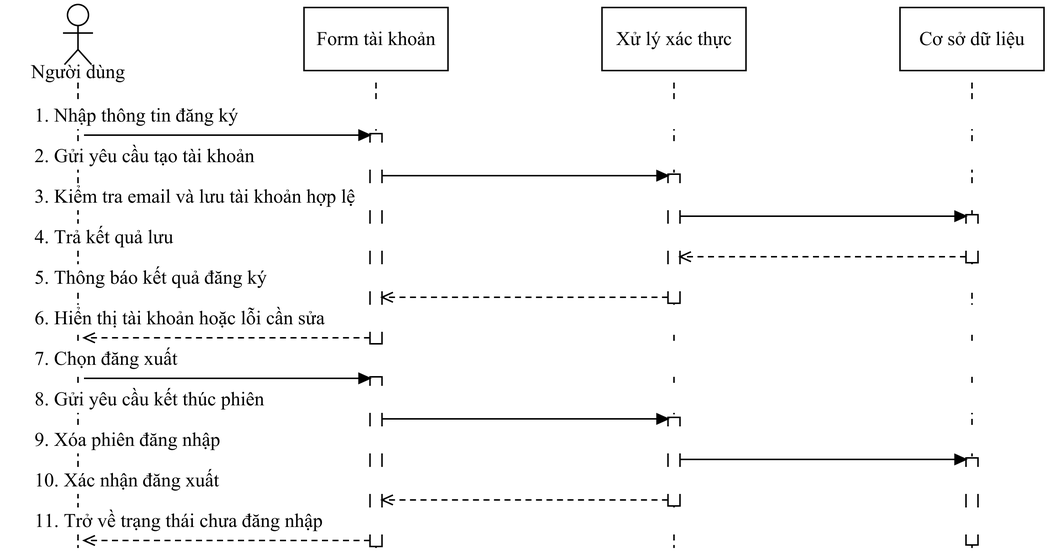
The draw.io diagram docs/do-an-LSOUL/So-do-LSOUL-rut-gon/anh-png/SEQ-02.png in Loccao102/BanHang, before a commit. Source tidied: cells renumbered, new cells last; positions are measured from the earlier drawing's top-left corner, leaving out a move shared by most shapes.
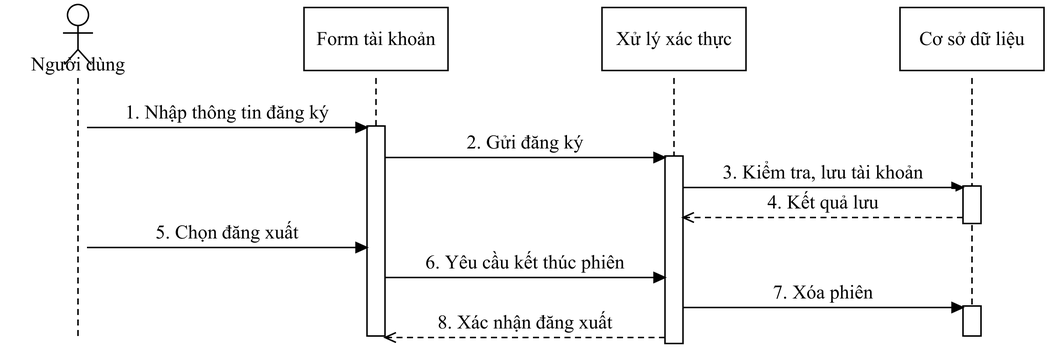
The same file after the commit.

What changed in the source:
```diff
@@ -6,4 +6,4 @@
       <mxGeometry relative="1" as="geometry">
-        <mxPoint x="48" y="52" as="sourcePoint" />
-        <mxPoint x="48" y="362" as="targetPoint" />
+        <mxPoint x="48" y="49" as="sourcePoint" />
+        <mxPoint x="48" y="223" as="targetPoint" />
       </mxGeometry>
@@ -12,4 +12,4 @@
       <mxGeometry relative="1" as="geometry">
-        <mxPoint x="246.7" y="52" as="sourcePoint" />
-        <mxPoint x="246.7" y="362" as="targetPoint" />
+        <mxPoint x="246.7" y="49" as="sourcePoint" />
+        <mxPoint x="246.7" y="223" as="targetPoint" />
       </mxGeometry>
@@ -18,4 +18,4 @@
       <mxGeometry relative="1" as="geometry">
-        <mxPoint x="445.3" y="52" as="sourcePoint" />
-        <mxPoint x="445.3" y="362" as="targetPoint" />
+        <mxPoint x="445.3" y="49" as="sourcePoint" />
+        <mxPoint x="445.3" y="223" as="targetPoint" />
       </mxGeometry>
@@ -24,4 +24,4 @@
       <mxGeometry relative="1" as="geometry">
-        <mxPoint x="644" y="52" as="sourcePoint" />
-        <mxPoint x="644" y="362" as="targetPoint" />
+        <mxPoint x="644" y="49" as="sourcePoint" />
+        <mxPoint x="644" y="223" as="targetPoint" />
       </mxGeometry>
@@ -29,21 +29,24 @@
     <mxCell id="6" style="fontFamily=Times New Roman;fontSize=13;fontColor=#000000;strokeColor=#000000;strokeWidth=1;fillColor=#FFFFFF;shadow=0;rounded=0;html=0;whiteSpace=wrap;spacing=5;align=center;verticalAlign=middle;" parent="1" vertex="1">
-      <mxGeometry x="640" y="140" width="8" height="32" as="geometry" />
+      <mxGeometry x="638" y="121" width="12" height="25" as="geometry" />
     </mxCell>
     <mxCell id="7" style="fontFamily=Times New Roman;fontSize=13;fontColor=#000000;strokeColor=#000000;strokeWidth=1;fillColor=#FFFFFF;shadow=0;rounded=0;html=0;whiteSpace=wrap;spacing=5;align=center;verticalAlign=middle;" parent="1" vertex="1">
-      <mxGeometry x="441.3" y="113" width="8" height="86" as="geometry" />
+      <mxGeometry x="439.3" y="101" width="12" height="125" as="geometry" />
     </mxCell>
     <mxCell id="8" style="fontFamily=Times New Roman;fontSize=13;fontColor=#000000;strokeColor=#000000;strokeWidth=1;fillColor=#FFFFFF;shadow=0;rounded=0;html=0;whiteSpace=wrap;spacing=5;align=center;verticalAlign=middle;" parent="1" vertex="1">
-      <mxGeometry x="242.7" y="86" width="8" height="140" as="geometry" />
+      <mxGeometry x="240.7" y="81" width="12" height="140" as="geometry" />
     </mxCell>
     <mxCell id="9" style="fontFamily=Times New Roman;fontSize=13;fontColor=#000000;strokeColor=#000000;strokeWidth=1;fillColor=#FFFFFF;shadow=0;rounded=0;html=0;whiteSpace=wrap;spacing=5;align=center;verticalAlign=middle;" parent="1" vertex="1">
-      <mxGeometry x="441.3" y="275" width="8" height="59" as="geometry" />
+      <mxGeometry x="638" y="201" width="12" height="20" as="geometry" />
     </mxCell>
-    <mxCell id="10" style="fontFamily=Times New Roman;fontSize=13;fontColor=#000000;strokeColor=#000000;strokeWidth=1;fillColor=#FFFFFF;shadow=0;rounded=0;html=0;whiteSpace=wrap;spacing=5;align=center;verticalAlign=middle;" parent="1" vertex="1">
-      <mxGeometry x="242.7" y="248" width="8" height="113" as="geometry" />
+    <mxCell id="10" value="1. Nhập thông tin đăng ký" style="fontFamily=Times New Roman;fontSize=13;fontColor=#000000;strokeColor=#000000;strokeWidth=1;fillColor=#FFFFFF;shadow=0;rounded=0;html=0;whiteSpace=wrap;spacing=5;text;strokeColor=none;fillColor=none;align=center;verticalAlign=middle;fillColor=#FFFFFF;" parent="1" vertex="1">
+      <mxGeometry x="59" y="63" width="176.7" height="18" as="geometry" />
     </mxCell>
-    <mxCell id="11" style="fontFamily=Times New Roman;fontSize=13;fontColor=#000000;strokeColor=#000000;strokeWidth=1;fillColor=#FFFFFF;shadow=0;rounded=0;html=0;whiteSpace=wrap;spacing=5;align=center;verticalAlign=middle;" parent="1" vertex="1">
-      <mxGeometry x="640" y="302" width="8" height="58" as="geometry" />
+    <mxCell id="11" style="fontFamily=Times New Roman;fontSize=13;fontColor=#000000;strokeColor=#000000;strokeWidth=1;fillColor=#FFFFFF;shadow=0;rounded=0;html=0;whiteSpace=wrap;spacing=5;endArrow=block;endFill=1;startArrow=none;" parent="1" edge="1">
+      <mxGeometry relative="1" as="geometry">
+        <mxPoint x="54" y="82" as="sourcePoint" />
+        <mxPoint x="240.7" y="82" as="targetPoint" />
+      </mxGeometry>
     </mxCell>
-    <mxCell id="12" value="1. Nhập thông tin đăng ký" style="fontFamily=Times New Roman;fontSize=13;fontColor=#000000;strokeColor=#000000;strokeWidth=1;fillColor=#FFFFFF;shadow=0;rounded=0;html=0;whiteSpace=wrap;spacing=5;text;strokeColor=none;fillColor=none;align=left;verticalAlign=middle;fillColor=#FFFFFF;" parent="1" vertex="1">
-      <mxGeometry x="14" y="65" width="664" height="18" as="geometry" />
+    <mxCell id="12" value="2. Gửi đăng ký" style="fontFamily=Times New Roman;fontSize=13;fontColor=#000000;strokeColor=#000000;strokeWidth=1;fillColor=#FFFFFF;shadow=0;rounded=0;html=0;whiteSpace=wrap;spacing=5;text;strokeColor=none;fillColor=none;align=center;verticalAlign=middle;fillColor=#FFFFFF;" parent="1" vertex="1">
+      <mxGeometry x="257.7" y="83" width="176.7" height="18" as="geometry" />
     </mxCell>
@@ -51,8 +54,8 @@
       <mxGeometry relative="1" as="geometry">
-        <mxPoint x="52" y="87" as="sourcePoint" />
-        <mxPoint x="242.7" y="87" as="targetPoint" />
+        <mxPoint x="252.7" y="102" as="sourcePoint" />
+        <mxPoint x="439.3" y="102" as="targetPoint" />
       </mxGeometry>
     </mxCell>
-    <mxCell id="14" value="2. Gửi yêu cầu tạo tài khoản" style="fontFamily=Times New Roman;fontSize=13;fontColor=#000000;strokeColor=#000000;strokeWidth=1;fillColor=#FFFFFF;shadow=0;rounded=0;html=0;whiteSpace=wrap;spacing=5;text;strokeColor=none;fillColor=none;align=left;verticalAlign=middle;fillColor=#FFFFFF;" parent="1" vertex="1">
-      <mxGeometry x="14" y="92" width="664" height="18" as="geometry" />
+    <mxCell id="14" value="3. Kiểm tra, lưu tài khoản" style="fontFamily=Times New Roman;fontSize=13;fontColor=#000000;strokeColor=#000000;strokeWidth=1;fillColor=#FFFFFF;shadow=0;rounded=0;html=0;whiteSpace=wrap;spacing=5;text;strokeColor=none;fillColor=none;align=center;verticalAlign=middle;fillColor=#FFFFFF;" parent="1" vertex="1">
+      <mxGeometry x="456.3" y="103" width="176.7" height="18" as="geometry" />
     </mxCell>
@@ -60,117 +63,81 @@
       <mxGeometry relative="1" as="geometry">
-        <mxPoint x="250.7" y="114" as="sourcePoint" />
-        <mxPoint x="441.3" y="114" as="targetPoint" />
+        <mxPoint x="451.3" y="122" as="sourcePoint" />
+        <mxPoint x="638" y="122" as="targetPoint" />
       </mxGeometry>
     </mxCell>
-    <mxCell id="16" value="3. Kiểm tra email và lưu tài khoản hợp lệ" style="fontFamily=Times New Roman;fontSize=13;fontColor=#000000;strokeColor=#000000;strokeWidth=1;fillColor=#FFFFFF;shadow=0;rounded=0;html=0;whiteSpace=wrap;spacing=5;text;strokeColor=none;fillColor=none;align=left;verticalAlign=middle;fillColor=#FFFFFF;" parent="1" vertex="1">
-      <mxGeometry x="14" y="119" width="664" height="18" as="geometry" />
+    <mxCell id="16" value="4. Kết quả lưu" style="fontFamily=Times New Roman;fontSize=13;fontColor=#000000;strokeColor=#000000;strokeWidth=1;fillColor=#FFFFFF;shadow=0;rounded=0;html=0;whiteSpace=wrap;spacing=5;text;strokeColor=none;fillColor=none;align=center;verticalAlign=middle;fillColor=#FFFFFF;" parent="1" vertex="1">
+      <mxGeometry x="456.3" y="123" width="176.7" height="18" as="geometry" />
     </mxCell>
-    <mxCell id="17" style="fontFamily=Times New Roman;fontSize=13;fontColor=#000000;strokeColor=#000000;strokeWidth=1;fillColor=#FFFFFF;shadow=0;rounded=0;html=0;whiteSpace=wrap;spacing=5;endArrow=block;endFill=1;startArrow=none;" parent="1" edge="1">
+    <mxCell id="17" style="fontFamily=Times New Roman;fontSize=13;fontColor=#000000;strokeColor=#000000;strokeWidth=1;fillColor=#FFFFFF;shadow=0;rounded=0;html=0;whiteSpace=wrap;spacing=5;endArrow=open;endFill=1;startArrow=none;dashed=1;dashPattern=4 3;" parent="1" edge="1">
       <mxGeometry relative="1" as="geometry">
-        <mxPoint x="449.3" y="141" as="sourcePoint" />
-        <mxPoint x="640" y="141" as="targetPoint" />
+        <mxPoint x="638" y="142" as="sourcePoint" />
+        <mxPoint x="451.3" y="142" as="targetPoint" />
       </mxGeometry>
     </mxCell>
-    <mxCell id="18" value="4. Trả kết quả lưu" style="fontFamily=Times New Roman;fontSize=13;fontColor=#000000;strokeColor=#000000;strokeWidth=1;fillColor=#FFFFFF;shadow=0;rounded=0;html=0;whiteSpace=wrap;spacing=5;text;strokeColor=none;fillColor=none;align=left;verticalAlign=middle;fillColor=#FFFFFF;" parent="1" vertex="1">
-      <mxGeometry x="14" y="146" width="664" height="18" as="geometry" />
+    <mxCell id="18" value="5. Chọn đăng xuất" style="fontFamily=Times New Roman;fontSize=13;fontColor=#000000;strokeColor=#000000;strokeWidth=1;fillColor=#FFFFFF;shadow=0;rounded=0;html=0;whiteSpace=wrap;spacing=5;text;strokeColor=none;fillColor=none;align=center;verticalAlign=middle;fillColor=#FFFFFF;" parent="1" vertex="1">
+      <mxGeometry x="59" y="143" width="176.7" height="18" as="geometry" />
     </mxCell>
-    <mxCell id="19" style="fontFamily=Times New Roman;fontSize=13;fontColor=#000000;strokeColor=#000000;strokeWidth=1;fillColor=#FFFFFF;shadow=0;rounded=0;html=0;whiteSpace=wrap;spacing=5;endArrow=open;endFill=1;startArrow=none;dashed=1;dashPattern=4 3;" parent="1" edge="1">
+    <mxCell id="19" style="fontFamily=Times New Roman;fontSize=13;fontColor=#000000;strokeColor=#000000;strokeWidth=1;fillColor=#FFFFFF;shadow=0;rounded=0;html=0;whiteSpace=wrap;spacing=5;endArrow=block;endFill=1;startArrow=none;" parent="1" edge="1">
       <mxGeometry relative="1" as="geometry">
-        <mxPoint x="640" y="168" as="sourcePoint" />
-        <mxPoint x="449.3" y="168" as="targetPoint" />
+        <mxPoint x="54" y="162" as="sourcePoint" />
+        <mxPoint x="240.7" y="162" as="targetPoint" />
       </mxGeometry>
     </mxCell>
-    <mxCell id="20" value="5. Thông báo kết quả đăng ký" style="fontFamily=Times New Roman;fontSize=13;fontColor=#000000;strokeColor=#000000;strokeWidth=1;fillColor=#FFFFFF;shadow=0;rounded=0;html=0;whiteSpace=wrap;spacing=5;text;strokeColor=none;fillColor=none;align=left;verticalAlign=middle;fillColor=#FFFFFF;" parent="1" vertex="1">
-      <mxGeometry x="14" y="173" width="664" height="18" as="geometry" />
+    <mxCell id="20" value="6. Yêu cầu kết thúc phiên" style="fontFamily=Times New Roman;fontSize=13;fontColor=#000000;strokeColor=#000000;strokeWidth=1;fillColor=#FFFFFF;shadow=0;rounded=0;html=0;whiteSpace=wrap;spacing=5;text;strokeColor=none;fillColor=none;align=center;verticalAlign=middle;fillColor=#FFFFFF;" parent="1" vertex="1">
+      <mxGeometry x="257.7" y="163" width="176.7" height="18" as="geometry" />
     </mxCell>
-    <mxCell id="21" style="fontFamily=Times New Roman;fontSize=13;fontColor=#000000;strokeColor=#000000;strokeWidth=1;fillColor=#FFFFFF;shadow=0;rounded=0;html=0;whiteSpace=wrap;spacing=5;endArrow=open;endFill=1;startArrow=none;dashed=1;dashPattern=4 3;" parent="1" edge="1">
+    <mxCell id="21" style="fontFamily=Times New Roman;fontSize=13;fontColor=#000000;strokeColor=#000000;strokeWidth=1;fillColor=#FFFFFF;shadow=0;rounded=0;html=0;whiteSpace=wrap;spacing=5;endArrow=block;endFill=1;startArrow=none;" parent="1" edge="1">
       <mxGeometry relative="1" as="geometry">
-        <mxPoint x="441.3" y="195" as="sourcePoint" />
-        <mxPoint x="250.7" y="195" as="targetPoint" />
+        <mxPoint x="252.7" y="182" as="sourcePoint" />
+        <mxPoint x="439.3" y="182" as="targetPoint" />
       </mxGeometry>
     </mxCell>
-    <mxCell id="22" value="6. Hiển thị tài khoản hoặc lỗi cần sửa" style="fontFamily=Times New Roman;fontSize=13;fontColor=#000000;strokeColor=#000000;strokeWidth=1;fillColor=#FFFFFF;shadow=0;rounded=0;html=0;whiteSpace=wrap;spacing=5;text;strokeColor=none;fillColor=none;align=left;verticalAlign=middle;fillColor=#FFFFFF;" parent="1" vertex="1">
-      <mxGeometry x="14" y="200" width="664" height="18" as="geometry" />
+    <mxCell id="22" value="7. Xóa phiên" style="fontFamily=Times New Roman;fontSize=13;fontColor=#000000;strokeColor=#000000;strokeWidth=1;fillColor=#FFFFFF;shadow=0;rounded=0;html=0;whiteSpace=wrap;spacing=5;text;strokeColor=none;fillColor=none;align=center;verticalAlign=middle;fillColor=#FFFFFF;" parent="1" vertex="1">
+      <mxGeometry x="456.3" y="183" width="176.7" height="18" as="geometry" />
     </mxCell>
-    <mxCell id="23" style="fontFamily=Times New Roman;fontSize=13;fontColor=#000000;strokeColor=#000000;strokeWidth=1;fillColor=#FFFFFF;shadow=0;rounded=0;html=0;whiteSpace=wrap;spacing=5;endArrow=open;endFill=1;startArrow=none;dashed=1;dashPattern=4 3;" parent="1" edge="1">
+    <mxCell id="23" style="fontFamily=Times New Roman;fontSize=13;fontColor=#000000;strokeColor=#000000;strokeWidth=1;fillColor=#FFFFFF;shadow=0;rounded=0;html=0;whiteSpace=wrap;spacing=5;endArrow=block;endFill=1;startArrow=none;" parent="1" edge="1">
       <mxGeometry relative="1" as="geometry">
-        <mxPoint x="242.7" y="222" as="sourcePoint" />
-        <mxPoint x="52" y="222" as="targetPoint" />
+        <mxPoint x="451.3" y="202" as="sourcePoint" />
+        <mxPoint x="638" y="202" as="targetPoint" />
       </mxGeometry>
     </mxCell>
-    <mxCell id="24" value="7. Chọn đăng xuất" style="fontFamily=Times New Roman;fontSize=13;fontColor=#000000;strokeColor=#000000;strokeWidth=1;fillColor=#FFFFFF;shadow=0;rounded=0;html=0;whiteSpace=wrap;spacing=5;text;strokeColor=none;fillColor=none;align=left;verticalAlign=middle;fillColor=#FFFFFF;" parent="1" vertex="1">
-      <mxGeometry x="14" y="227" width="664" height="18" as="geometry" />
+    <mxCell id="24" value="8. Xác nhận đăng xuất" style="fontFamily=Times New Roman;fontSize=13;fontColor=#000000;strokeColor=#000000;strokeWidth=1;fillColor=#FFFFFF;shadow=0;rounded=0;html=0;whiteSpace=wrap;spacing=5;text;strokeColor=none;fillColor=none;align=center;verticalAlign=middle;fillColor=#FFFFFF;" parent="1" vertex="1">
+      <mxGeometry x="257.7" y="203" width="176.7" height="18" as="geometry" />
     </mxCell>
-    <mxCell id="25" style="fontFamily=Times New Roman;fontSize=13;fontColor=#000000;strokeColor=#000000;strokeWidth=1;fillColor=#FFFFFF;shadow=0;rounded=0;html=0;whiteSpace=wrap;spacing=5;endArrow=block;endFill=1;startArrow=none;" parent="1" edge="1">
+    <mxCell id="25" style="fontFamily=Times New Roman;fontSize=13;fontColor=#000000;strokeColor=#000000;strokeWidth=1;fillColor=#FFFFFF;shadow=0;rounded=0;html=0;whiteSpace=wrap;spacing=5;endArrow=open;endFill=1;startArrow=none;dashed=1;dashPattern=4 3;" parent="1" edge="1">
       <mxGeometry relative="1" as="geometry">
-        <mxPoint x="52" y="249" as="sourcePoint" />
-        <mxPoint x="242.7" y="249" as="targetPoint" />
+        <mxPoint x="439.3" y="222" as="sourcePoint" />
+        <mxPoint x="252.7" y="222" as="targetPoint" />
       </mxGeometry>
     </mxCell>
-    <mxCell id="26" value="8. Gửi yêu cầu kết thúc phiên" style="fontFamily=Times New Roman;fontSize=13;fontColor=#000000;strokeColor=#000000;strokeWidth=1;fillColor=#FFFFFF;shadow=0;rounded=0;html=0;whiteSpace=wrap;spacing=5;text;strokeColor=none;fillColor=none;align=left;verticalAlign=middle;fillColor=#FFFFFF;" parent="1" vertex="1">
-      <mxGeometry x="14" y="254" width="664" height="18" as="geometry" />
+    <mxCell id="26" style="fontFamily=Times New Roman;fontSize=13;fontColor=#000000;strokeColor=#000000;strokeWidth=1;fillColor=#FFFFFF;shadow=0;rounded=0;html=0;whiteSpace=wrap;spacing=5;ellipse;perimeter=ellipsePerimeter;align=center;verticalAlign=middle;" parent="1" vertex="1">
+      <mxGeometry x="41" width="14" height="14" as="geometry" />
     </mxCell>
-    <mxCell id="27" style="fontFamily=Times New Roman;fontSize=13;fontColor=#000000;strokeColor=#000000;strokeWidth=1;fillColor=#FFFFFF;shadow=0;rounded=0;html=0;whiteSpace=wrap;spacing=5;endArrow=block;endFill=1;startArrow=none;" parent="1" edge="1">
+    <mxCell id="27" style="fontFamily=Times New Roman;fontSize=13;fontColor=#000000;strokeColor=#000000;strokeWidth=1;fillColor=#FFFFFF;shadow=0;rounded=0;html=0;whiteSpace=wrap;spacing=5;endArrow=none;endFill=1;startArrow=none;" parent="1" edge="1">
       <mxGeometry relative="1" as="geometry">
-        <mxPoint x="250.7" y="276" as="sourcePoint" />
-        <mxPoint x="441.3" y="276" as="targetPoint" />
+        <mxPoint x="48" y="14" as="sourcePoint" />
+        <mxPoint x="48" y="30" as="targetPoint" />
       </mxGeometry>
     </mxCell>
-    <mxCell id="28" value="9. Xóa phiên đăng nhập" style="fontFamily=Times New Roman;fontSize=13;fontColor=#000000;strokeColor=#000000;strokeWidth=1;fillColor=#FFFFFF;shadow=0;rounded=0;html=0;whiteSpace=wrap;spacing=5;text;strokeColor=none;fillColor=none;align=left;verticalAlign=middle;fillColor=#FFFFFF;" parent="1" vertex="1">
-      <mxGeometry x="14" y="281" width="664" height="18" as="geometry" />
+    <mxCell id="28" style="fontFamily=Times New Roman;fontSize=13;fontColor=#000000;strokeColor=#000000;strokeWidth=1;fillColor=#FFFFFF;shadow=0;rounded=0;html=0;whiteSpace=wrap;spacing=5;endArrow=none;endFill=1;startArrow=none;" parent="1" edge="1">
+      <mxGeometry relative="1" as="geometry">
+        <mxPoint x="38" y="19" as="sourcePoint" />
+        <mxPoint x="58" y="19" as="targetPoint" />
+      </mxGeometry>
     </mxCell>
-    <mxCell id="29" style="fontFamily=Times New Roman;fontSize=13;fontColor=#000000;strokeColor=#000000;strokeWidth=1;fillColor=#FFFFFF;shadow=0;rounded=0;html=0;whiteSpace=wrap;spacing=5;endArrow=block;endFill=1;startArrow=none;" parent="1" edge="1">
+    <mxCell id="29" style="fontFamily=Times New Roman;fontSize=13;fontColor=#000000;strokeColor=#000000;strokeWidth=1;fillColor=#FFFFFF;shadow=0;rounded=0;html=0;whiteSpace=wrap;spacing=5;endArrow=none;endFill=1;startArrow=none;" parent="1" edge="1">
       <mxGeometry relative="1" as="geometry">
-        <mxPoint x="449.3" y="303" as="sourcePoint" />
-        <mxPoint x="640" y="303" as="targetPoint" />
+        <mxPoint x="48" y="30" as="sourcePoint" />
+        <mxPoint x="39" y="40" as="targetPoint" />
       </mxGeometry>
     </mxCell>
-    <mxCell id="30" value="10. Xác nhận đăng xuất" style="fontFamily=Times New Roman;fontSize=13;fontColor=#000000;strokeColor=#000000;strokeWidth=1;fillColor=#FFFFFF;shadow=0;rounded=0;html=0;whiteSpace=wrap;spacing=5;text;strokeColor=none;fillColor=none;align=left;verticalAlign=middle;fillColor=#FFFFFF;" parent="1" vertex="1">
-      <mxGeometry x="14" y="308" width="664" height="18" as="geometry" />
+    <mxCell id="30" style="fontFamily=Times New Roman;fontSize=13;fontColor=#000000;strokeColor=#000000;strokeWidth=1;fillColor=#FFFFFF;shadow=0;rounded=0;html=0;whiteSpace=wrap;spacing=5;endArrow=none;endFill=1;startArrow=none;" parent="1" edge="1">
+      <mxGeometry relative="1" as="geometry">
+        <mxPoint x="48" y="30" as="sourcePoint" />
+        <mxPoint x="57" y="40" as="targetPoint" />
+      </mxGeometry>
     </mxCell>
-    <mxCell id="31" style="fontFamily=Times New Roman;fontSize=13;fontColor=#000000;strokeColor=#000000;strokeWidth=1;fillColor=#FFFFFF;shadow=0;rounded=0;html=0;whiteSpace=wrap;spacing=5;endArrow=open;endFill=1;startArrow=none;dashed=1;dashPattern=4 3;" parent="1" edge="1">
-      <mxGeometry relative="1" as="geometry">
-        <mxPoint x="441.3" y="330" as="sourcePoint" />
-        <mxPoint x="250.7" y="330" as="targetPoint" />
-      </mxGeometry>
+    <mxCell id="31" value="Người dùng" style="fontFamily=Times New Roman;fontSize=13;fontColor=#000000;strokeColor=#000000;strokeWidth=1;fillColor=#FFFFFF;shadow=0;rounded=0;html=0;whiteSpace=wrap;spacing=5;text;strokeColor=none;fillColor=none;align=center;verticalAlign=middle;" parent="1" vertex="1">
+      <mxGeometry y="32" width="96" height="16" as="geometry" />
     </mxCell>
-    <mxCell id="32" value="11. Trở về trạng thái chưa đăng nhập" style="fontFamily=Times New Roman;fontSize=13;fontColor=#000000;strokeColor=#000000;strokeWidth=1;fillColor=#FFFFFF;shadow=0;rounded=0;html=0;whiteSpace=wrap;spacing=5;text;strokeColor=none;fillColor=none;align=left;verticalAlign=middle;fillColor=#FFFFFF;" parent="1" vertex="1">
-      <mxGeometry x="14" y="335" width="664" height="18" as="geometry" />
-    </mxCell>
-    <mxCell id="33" style="fontFamily=Times New Roman;fontSize=13;fontColor=#000000;strokeColor=#000000;strokeWidth=1;fillColor=#FFFFFF;shadow=0;rounded=0;html=0;whiteSpace=wrap;spacing=5;endArrow=open;endFill=1;startArrow=none;dashed=1;dashPattern=4 3;" parent="1" edge="1">
-      <mxGeometry relative="1" as="geometry">
-        <mxPoint x="242.7" y="357" as="sourcePoint" />
-        <mxPoint x="52" y="357" as="targetPoint" />
-      </mxGeometry>
-    </mxCell>
-    <mxCell id="34" style="fontFamily=Times New Roman;fontSize=13;fontColor=#000000;strokeColor=#000000;strokeWidth=1;fillColor=#FFFFFF;shadow=0;rounded=0;html=0;whiteSpace=wrap;spacing=5;ellipse;perimeter=ellipsePerimeter;align=center;verticalAlign=middle;" parent="1" vertex="1">
-      <mxGeometry x="41" width="14" height="14" as="geometry" />
-    </mxCell>
-    <mxCell id="35" style="fontFamily=Times New Roman;fontSize=13;fontColor=#000000;strokeColor=#000000;strokeWidth=1;fillColor=#FFFFFF;shadow=0;rounded=0;html=0;whiteSpace=wrap;spacing=5;endArrow=none;endFill=1;startArrow=none;" parent="1" edge="1">
-      <mxGeometry relative="1" as="geometry">
-        <mxPoint x="48" y="14" as="sourcePoint" />
-        <mxPoint x="48" y="30" as="targetPoint" />
-      </mxGeometry>
-    </mxCell>
-    <mxCell id="36" style="fontFamily=Times New Roman;fontSize=13;fontColor=#000000;strokeColor=#000000;strokeWidth=1;fillColor=#FFFFFF;shadow=0;rounded=0;html=0;whiteSpace=wrap;spacing=5;endArrow=none;endFill=1;startArrow=none;" parent="1" edge="1">
-      <mxGeometry relative="1" as="geometry">
-        <mxPoint x="38" y="19" as="sourcePoint" />
-        <mxPoint x="58" y="19" as="targetPoint" />
-      </mxGeometry>
-    </mxCell>
-    <mxCell id="37" style="fontFamily=Times New Roman;fontSize=13;fontColor=#000000;strokeColor=#000000;strokeWidth=1;fillColor=#FFFFFF;shadow=0;rounded=0;html=0;whiteSpace=wrap;spacing=5;endArrow=none;endFill=1;startArrow=none;" parent="1" edge="1">
-      <mxGeometry relative="1" as="geometry">
-        <mxPoint x="48" y="30" as="sourcePoint" />
-        <mxPoint x="39" y="40" as="targetPoint" />
-      </mxGeometry>
-    </mxCell>
-    <mxCell id="38" style="fontFamily=Times New Roman;fontSize=13;fontColor=#000000;strokeColor=#000000;strokeWidth=1;fillColor=#FFFFFF;shadow=0;rounded=0;html=0;whiteSpace=wrap;spacing=5;endArrow=none;endFill=1;startArrow=none;" parent="1" edge="1">
-      <mxGeometry relative="1" as="geometry">
-        <mxPoint x="48" y="30" as="sourcePoint" />
-        <mxPoint x="57" y="40" as="targetPoint" />
-      </mxGeometry>
-    </mxCell>
-    <mxCell id="39" value="Người dùng" style="fontFamily=Times New Roman;fontSize=13;fontColor=#000000;strokeColor=#000000;strokeWidth=1;fillColor=#FFFFFF;shadow=0;rounded=0;html=0;whiteSpace=wrap;spacing=5;text;strokeColor=none;fillColor=none;align=center;verticalAlign=middle;" parent="1" vertex="1">
-      <mxGeometry y="37" width="96" height="16" as="geometry" />
-    </mxCell>
     <mxCell id="40" value="Form tài khoản" style="fontFamily=Times New Roman;fontSize=13;fontColor=#000000;strokeColor=#000000;strokeWidth=1;fillColor=#FFFFFF;shadow=0;rounded=0;html=0;whiteSpace=wrap;spacing=5;align=center;verticalAlign=middle;" parent="1" vertex="1">
```
